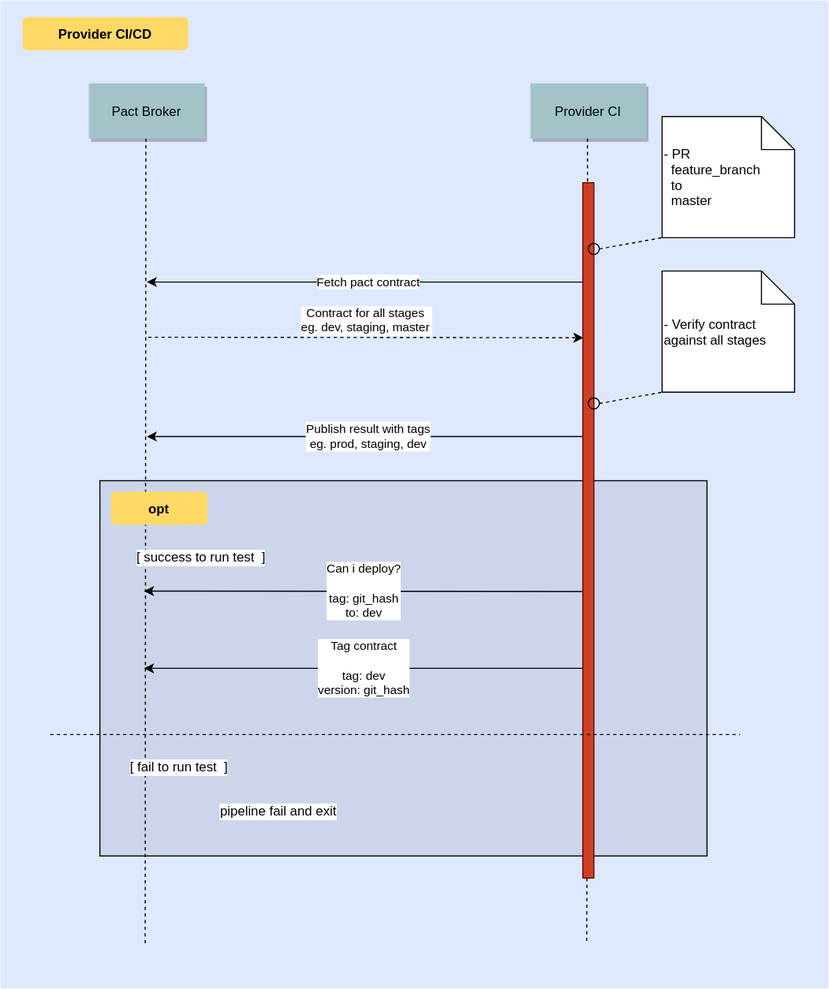
Before: diagrams/provider-sequence-diagram.svg, a diagram exported from draw.io (aaronsum1102/contract-testing-provider). Source tidied: cells renumbered, new cells last; positions are measured from the earlier drawing's top-left corner, leaving out a move shared by most shapes.
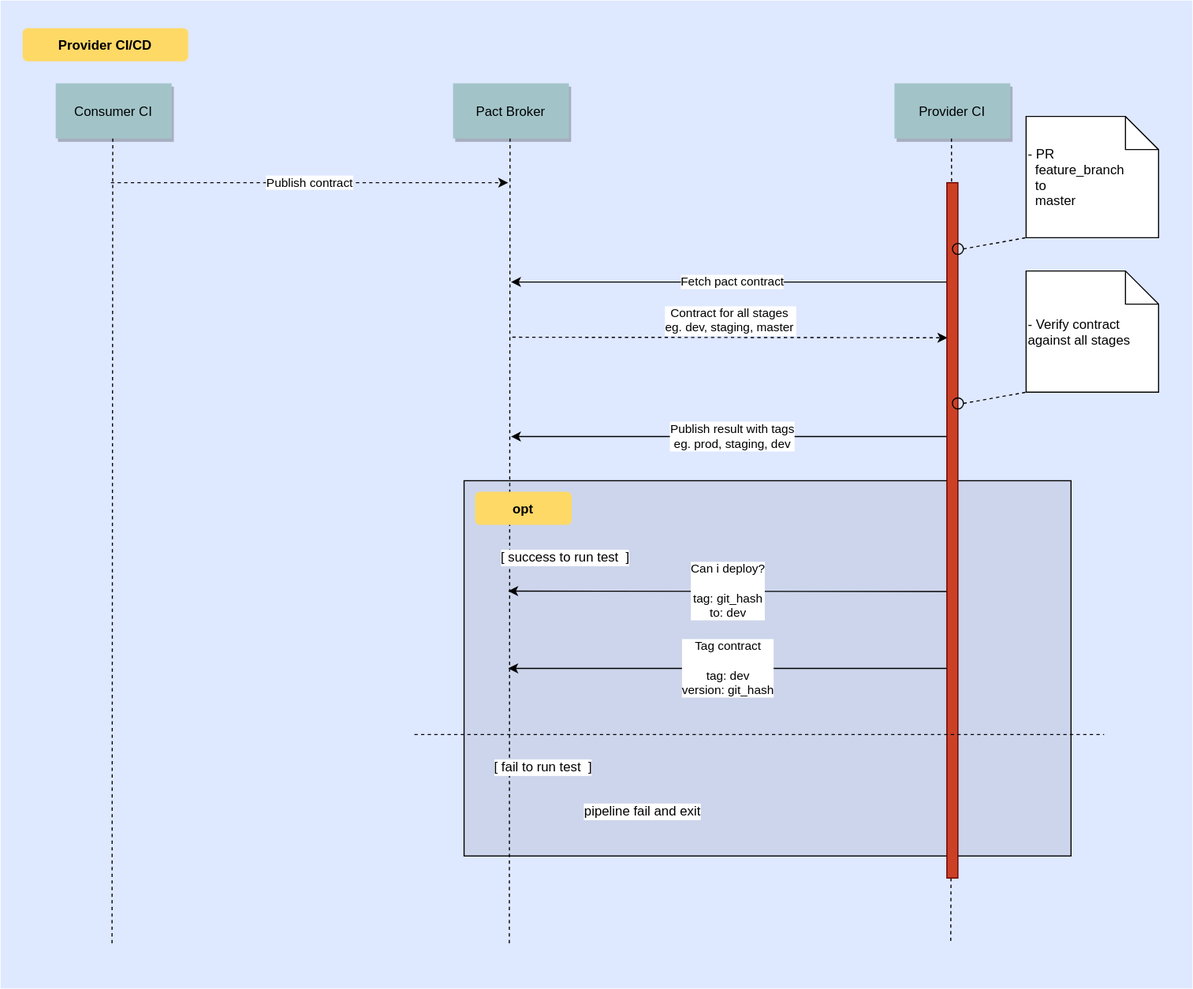
The same file after the commit.

The edit, as a diff of the source:
```diff
@@ -3,10 +3,10 @@
     <mxCell id="0" />
     <mxCell id="1" parent="0" />
     <mxCell id="2" style="fillColor=#DEE8FF;strokeColor=none;" parent="1" vertex="1">
-      <mxGeometry width="750" height="895" as="geometry" />
+      <mxGeometry x="-330" width="1080" height="895" as="geometry" />
     </mxCell>
     <mxCell id="3" value="Provider CI/CD" style="rounded=1;fontStyle=1;fillColor=#FFD966;strokeColor=none;" parent="1" vertex="1">
-      <mxGeometry x="20" y="15" width="150" height="30" as="geometry" />
+      <mxGeometry x="-310" y="25" width="150" height="30" as="geometry" />
     </mxCell>
     <mxCell id="4" value="Pact Broker" style="shadow=1;fillColor=#A2C4C9;strokeColor=none;" parent="1" vertex="1">
       <mxGeometry x="80" y="75" width="105" height="50" as="geometry" />
@@ -105,5 +105,20 @@
         <mxPoint x="130" y="605" as="targetPoint" />
       </mxGeometry>
     </mxCell>
+    <mxCell id="27" value="Consumer CI" style="shadow=1;fillColor=#A2C4C9;strokeColor=none;" parent="1" vertex="1">
+      <mxGeometry x="-280" y="75" width="105" height="50" as="geometry" />
+    </mxCell>
+    <mxCell id="28" style="edgeStyle=none;endArrow=none;dashed=1;" parent="1" edge="1">
+      <mxGeometry x="166.5" y="205" as="geometry">
+        <mxPoint x="-228.3" y="125" as="sourcePoint" />
+        <mxPoint x="-229" y="855" as="targetPoint" />
+      </mxGeometry>
+    </mxCell>
+    <mxCell id="29" value="Publish contract&lt;br&gt;" style="endArrow=classic;html=1;dashed=1;" parent="1" edge="1">
+      <mxGeometry relative="1" as="geometry">
+        <mxPoint x="-230" y="165" as="sourcePoint" />
+        <mxPoint x="130" y="165" as="targetPoint" />
+      </mxGeometry>
+    </mxCell>
   </root>
 </mxGraphModel>
```
